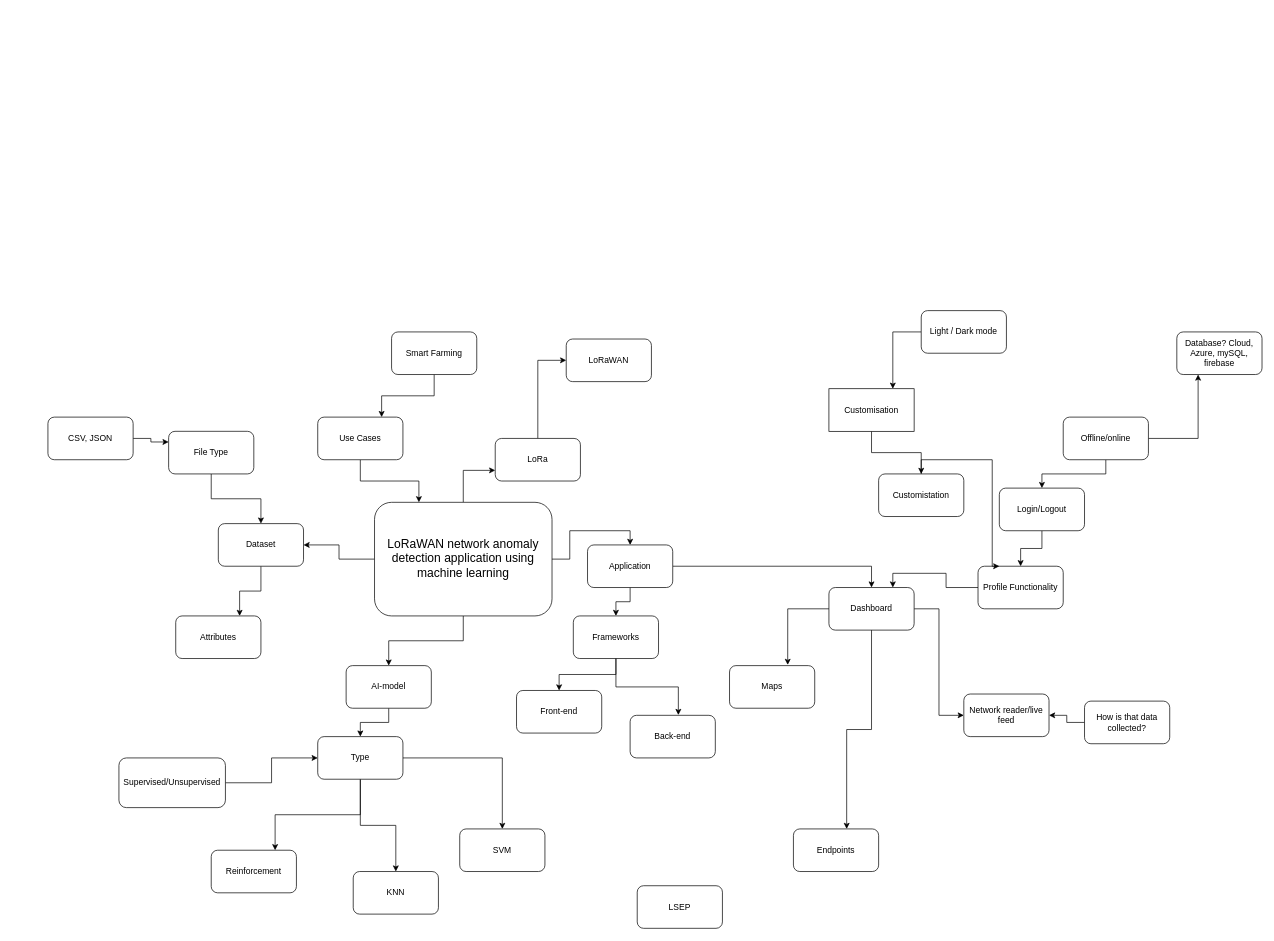
Before: docs/mindmap.drawio in hreid1/COMP3000-LoRaWAN, a draw.io diagram. Source tidied: cells renumbered, new cells numbered last; positions are measured from the earlier drawing's top-left corner, leaving out a move shared by most shapes. Both pictures are drawn from the tidied source at 71%, with x=0, y=0 at pixel (48, 310).
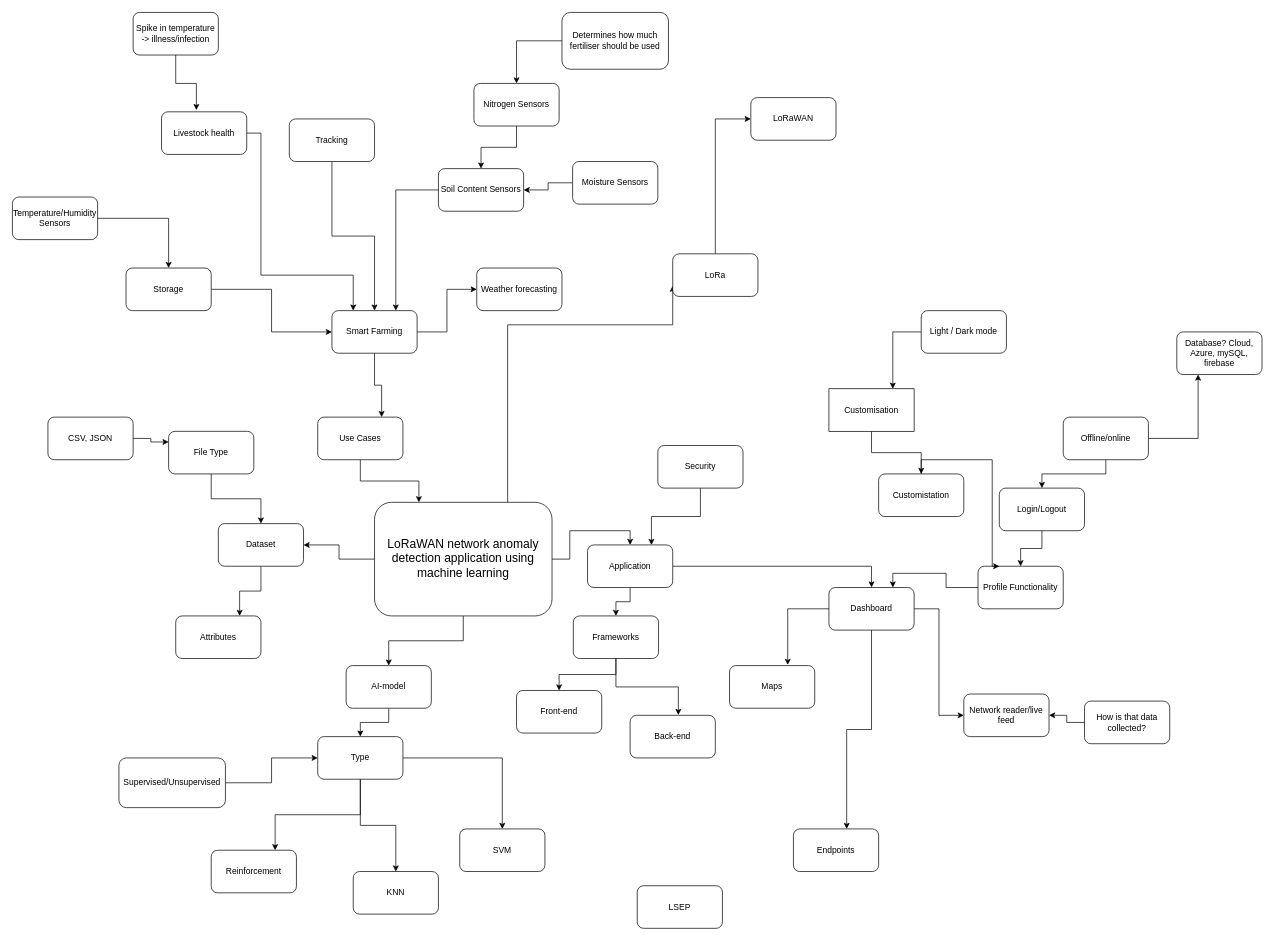
The same diagram, later.

Unchanged cells that the change refers to:
```xml
<mxCell id="6" value="&lt;font style=&quot;font-size: 17px;&quot;&gt;LoRaWAN network anomaly detection application using machine learning&lt;/font&gt;" style="rounded=1;whiteSpace=wrap;html=1;" parent="1" vertex="1">
  <mxGeometry x="460" y="270" width="250" height="160" as="geometry" />
</mxCell>
<mxCell id="12" value="Application" style="rounded=1;whiteSpace=wrap;html=1;" parent="1" vertex="1">
  <mxGeometry x="760" y="330" width="120" height="60" as="geometry" />
</mxCell>
```

Change to the diagram source:
```diff
@@
-    <mxCell id="2" style="edgeStyle=orthogonalEdgeStyle;rounded=0;jettySize=auto;html=1;entryX=0;entryY=0.75;entryDx=0;entryDy=0;" parent="1" edge="1" source="6" target="8">
-      <mxGeometry relative="1" as="geometry" />
+    <mxCell id="2" style="edgeStyle=orthogonalEdgeStyle;rounded=0;jettySize=auto;html=1;entryX=0;entryY=0.75;entryDx=0;entryDy=0;exitX=0.75;exitY=0;exitDx=0;exitDy=0;" parent="1" edge="1" source="6" target="8">
+      <mxGeometry relative="1" as="geometry">
+        <Array as="points">
+          <mxPoint x="647" y="20" />
+          <mxPoint x="880" y="20" />
+        </Array>
+      </mxGeometry>
     </mxCell>
@@
     <mxCell id="8" value="LoRa" style="rounded=1;whiteSpace=wrap;html=1;" parent="1" vertex="1">
-      <mxGeometry x="630" y="180" width="120" height="60" as="geometry" />
+      <mxGeometry x="880" y="-80" width="120" height="60" as="geometry" />
     </mxCell>
     <mxCell id="9" value="LoRaWAN" style="rounded=1;whiteSpace=wrap;html=1;" parent="1" vertex="1">
-      <mxGeometry x="730" y="40" width="120" height="60" as="geometry" />
+      <mxGeometry x="990" y="-300" width="120" height="60" as="geometry" />
     </mxCell>
@@
+    <mxCell id="64" style="edgeStyle=orthogonalEdgeStyle;rounded=0;jettySize=auto;html=1;entryX=0;entryY=0.5;entryDx=0;entryDy=0;" parent="1" edge="1" source="44" target="71">
+      <mxGeometry relative="1" as="geometry" />
+    </mxCell>
     <mxCell id="44" value="Smart Farming" style="rounded=1;whiteSpace=wrap;html=1;" parent="1" vertex="1">
-      <mxGeometry x="484" y="30" width="120" height="60" as="geometry" />
+      <mxGeometry x="400" width="120" height="60" as="geometry" />
     </mxCell>
@@
+    <mxCell id="65" style="edgeStyle=orthogonalEdgeStyle;rounded=0;jettySize=auto;html=1;entryX=0.75;entryY=0;entryDx=0;entryDy=0;" parent="1" edge="1" source="66" target="44">
+      <mxGeometry relative="1" as="geometry" />
+    </mxCell>
+    <mxCell id="66" value="Soil Content Sensors" style="rounded=1;whiteSpace=wrap;html=1;" parent="1" vertex="1">
+      <mxGeometry x="550" y="-200" width="120" height="60" as="geometry" />
+    </mxCell>
+    <mxCell id="67" style="edgeStyle=orthogonalEdgeStyle;rounded=0;jettySize=auto;html=1;entryX=0.5;entryY=0;entryDx=0;entryDy=0;" parent="1" edge="1" source="68" target="44">
+      <mxGeometry relative="1" as="geometry" />
+    </mxCell>
+    <mxCell id="68" value="Tracking" style="rounded=1;whiteSpace=wrap;html=1;" parent="1" vertex="1">
+      <mxGeometry x="340" y="-270" width="120" height="60" as="geometry" />
+    </mxCell>
+    <mxCell id="69" style="edgeStyle=orthogonalEdgeStyle;rounded=0;jettySize=auto;html=1;entryX=0;entryY=0.5;entryDx=0;entryDy=0;" parent="1" edge="1" source="70" target="44">
+      <mxGeometry relative="1" as="geometry" />
+    </mxCell>
+    <mxCell id="70" value="Storage" style="rounded=1;whiteSpace=wrap;html=1;" parent="1" vertex="1">
+      <mxGeometry x="110" y="-60" width="120" height="60" as="geometry" />
+    </mxCell>
+    <mxCell id="71" value="Weather forecasting" style="rounded=1;whiteSpace=wrap;html=1;" parent="1" vertex="1">
+      <mxGeometry x="604" y="-60" width="120" height="60" as="geometry" />
+    </mxCell>
+    <mxCell id="72" style="edgeStyle=orthogonalEdgeStyle;rounded=0;jettySize=auto;html=1;entryX=0.75;entryY=0;entryDx=0;entryDy=0;" parent="1" edge="1" source="73" target="12">
+      <mxGeometry relative="1" as="geometry" />
+    </mxCell>
+    <mxCell id="73" value="Security" style="rounded=1;whiteSpace=wrap;html=1;" parent="1" vertex="1">
+      <mxGeometry x="859" y="190" width="120" height="60" as="geometry" />
+    </mxCell>
+    <mxCell id="74" style="edgeStyle=orthogonalEdgeStyle;rounded=0;jettySize=auto;html=1;entryX=0.5;entryY=0;entryDx=0;entryDy=0;" parent="1" edge="1" source="75" target="66">
+      <mxGeometry relative="1" as="geometry" />
+    </mxCell>
+    <mxCell id="75" value="Nitrogen Sensors" style="rounded=1;whiteSpace=wrap;html=1;" parent="1" vertex="1">
+      <mxGeometry x="600" y="-320" width="120" height="60" as="geometry" />
+    </mxCell>
+    <mxCell id="76" style="edgeStyle=orthogonalEdgeStyle;rounded=0;jettySize=auto;html=1;entryX=0.5;entryY=0;entryDx=0;entryDy=0;" parent="1" edge="1" source="77" target="75">
+      <mxGeometry relative="1" as="geometry" />
+    </mxCell>
+    <mxCell id="77" value="Determines how much fertiliser should be used" style="rounded=1;whiteSpace=wrap;html=1;" parent="1" vertex="1">
+      <mxGeometry x="724" y="-420" width="150" height="80" as="geometry" />
+    </mxCell>
+    <mxCell id="78" style="edgeStyle=orthogonalEdgeStyle;rounded=0;jettySize=auto;html=1;entryX=1;entryY=0.5;entryDx=0;entryDy=0;" parent="1" edge="1" source="79" target="66">
+      <mxGeometry relative="1" as="geometry" />
+    </mxCell>
+    <mxCell id="79" value="Moisture Sensors" style="rounded=1;whiteSpace=wrap;html=1;" parent="1" vertex="1">
+      <mxGeometry x="739" y="-210" width="120" height="60" as="geometry" />
+    </mxCell>
+    <mxCell id="80" style="edgeStyle=orthogonalEdgeStyle;rounded=0;jettySize=auto;html=1;entryX=0.5;entryY=0;entryDx=0;entryDy=0;" parent="1" edge="1" source="81" target="70">
+      <mxGeometry relative="1" as="geometry" />
+    </mxCell>
+    <mxCell id="81" value="Temperature/Humidity Sensors" style="rounded=1;whiteSpace=wrap;html=1;" parent="1" vertex="1">
+      <mxGeometry x="-50" y="-160" width="120" height="60" as="geometry" />
+    </mxCell>
+    <mxCell id="82" style="edgeStyle=orthogonalEdgeStyle;rounded=0;jettySize=auto;html=1;entryX=0.25;entryY=0;entryDx=0;entryDy=0;" parent="1" edge="1" source="83" target="44">
+      <mxGeometry relative="1" as="geometry">
+        <Array as="points">
+          <mxPoint x="300" y="-250" />
+          <mxPoint x="300" y="-50" />
+          <mxPoint x="430" y="-50" />
+        </Array>
+      </mxGeometry>
+    </mxCell>
+    <mxCell id="83" value="Livestock health" style="rounded=1;whiteSpace=wrap;html=1;" parent="1" vertex="1">
+      <mxGeometry x="160" y="-280" width="120" height="60" as="geometry" />
+    </mxCell>
+    <mxCell id="84" value="Spike in temperature -&amp;gt; illness/infection" style="rounded=1;whiteSpace=wrap;html=1;" parent="1" vertex="1">
+      <mxGeometry x="120" y="-420" width="120" height="60" as="geometry" />
+    </mxCell>
+    <mxCell id="85" style="edgeStyle=orthogonalEdgeStyle;rounded=0;jettySize=auto;html=1;entryX=0.409;entryY=-0.04;entryDx=0;entryDy=0;entryPerimeter=0;" parent="1" edge="1" source="84" target="83">
+      <mxGeometry relative="1" as="geometry" />
+    </mxCell>
```
